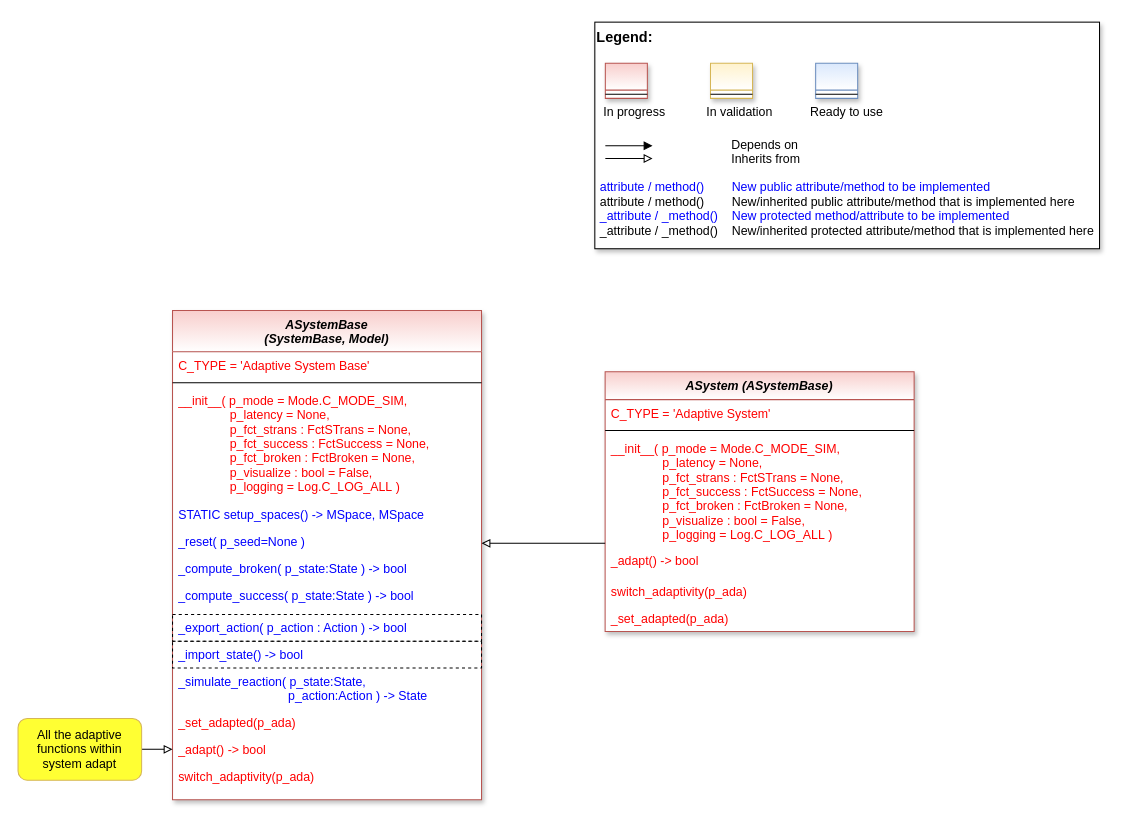
Before: doc/rtd/content/04_appendices/appendix2/sub/core/mlpro_bf/layer4_machine_learning/images/MLPro-BF-ML-Systems_class_diagram.drawio in fhswf/MLPro, a draw.io diagram. Source tidied: cells renumbered, new cells numbered last; positions are measured from the earlier drawing's top-left corner, leaving out a move shared by most shapes. Both pictures are drawn from the tidied source at 103%, with x=0, y=0 at pixel (18, 22).
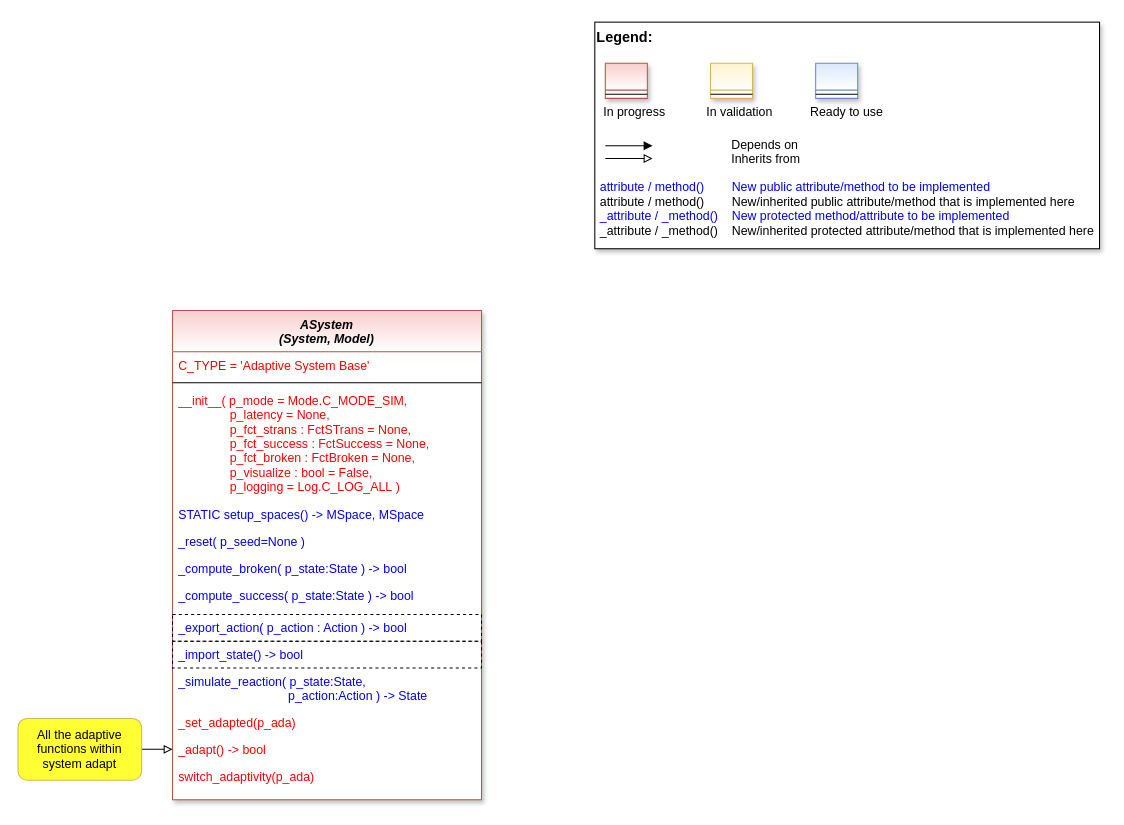
Above is the later version.

Diff of the diagram source:
```diff
@@
-    <mxCell id="2" value="ASystemBase&#10;(SystemBase, Model)" style="swimlane;fontStyle=3;align=center;verticalAlign=top;horizontal=1;startSize=40;rounded=0;shadow=1;strokeWidth=1;fillColor=#f8cecc;strokeColor=#b85450;swimlaneFillColor=#ffffff;gradientColor=#FFFFFF;" parent="1" vertex="1">
+    <mxCell id="2" value="ASystem&#10;(System, Model)" style="swimlane;fontStyle=3;align=center;verticalAlign=top;horizontal=1;startSize=40;rounded=0;shadow=1;strokeWidth=1;fillColor=#f8cecc;strokeColor=#b85450;swimlaneFillColor=#ffffff;gradientColor=#FFFFFF;" parent="1" vertex="1">
       <mxGeometry x="150" y="280" width="300" height="475" as="geometry" />
     </mxCell>
@@
-    <mxCell id="16" value="ASystem (ASystemBase)" style="swimlane;fontStyle=3;align=center;verticalAlign=top;horizontal=1;startSize=27;rounded=0;shadow=1;strokeWidth=1;fillColor=#f8cecc;strokeColor=#b85450;swimlaneFillColor=#ffffff;gradientColor=#FFFFFF;" parent="1" vertex="1">
-      <mxGeometry x="570" y="339.5" width="300" height="252" as="geometry" />
-    </mxCell>
-    <mxCell id="17" value="C_TYPE = 'Adaptive System'" style="text;align=left;verticalAlign=top;spacingLeft=4;spacingRight=4;overflow=hidden;fontColor=#FF0000;" parent="16" vertex="1">
-      <mxGeometry y="27" width="300" height="26" as="geometry" />
-    </mxCell>
-    <mxCell id="18" style="line;html=1;strokeWidth=1;align=left;verticalAlign=middle;spacingTop=-1;spacingLeft=3;spacingRight=3;labelPosition=right;" parent="16" vertex="1">
-      <mxGeometry y="53" width="300" height="8" as="geometry" />
-    </mxCell>
-    <mxCell id="19" value="__init__( p_mode = Mode.C_MODE_SIM,&#10;               p_latency = None, &#10;               p_fct_strans : FctSTrans = None,&#10;               p_fct_success : FctSuccess = None,&#10;               p_fct_broken : FctBroken = None,&#10;               p_visualize : bool = False,&#10;               p_logging = Log.C_LOG_ALL )" style="text;align=left;verticalAlign=top;spacingLeft=4;spacingRight=4;overflow=hidden;points=[[0,0.5],[1,0.5]];portConstraint=eastwest;fontColor=#FF0000;" parent="16" vertex="1">
-      <mxGeometry y="61" width="300" height="109" as="geometry" />
-    </mxCell>
-    <mxCell id="20" value="_adapt() -&gt; bool" style="text;align=left;verticalAlign=top;spacingLeft=4;spacingRight=4;overflow=hidden;fontColor=#FF0000;" parent="16" vertex="1">
-      <mxGeometry y="170" width="300" height="30" as="geometry" />
-    </mxCell>
-    <mxCell id="21" value="switch_adaptivity(p_ada)" style="text;align=left;verticalAlign=top;spacingLeft=4;spacingRight=4;overflow=hidden;fontColor=#FF0000;" parent="16" vertex="1">
-      <mxGeometry y="200" width="300" height="26" as="geometry" />
-    </mxCell>
-    <mxCell id="22" value="_set_adapted(p_ada)" style="text;align=left;verticalAlign=top;spacingLeft=4;spacingRight=4;overflow=hidden;fontColor=#FF0000;" parent="16" vertex="1">
-      <mxGeometry y="226" width="300" height="26" as="geometry" />
-    </mxCell>
-    <mxCell id="23" style="edgeStyle=orthogonalEdgeStyle;rounded=0;jettySize=auto;html=1;fontColor=default;endArrow=block;endFill=0;" parent="1" edge="1" source="19" target="2">
-      <mxGeometry relative="1" as="geometry">
-        <Array as="points">
-          <mxPoint x="490" y="506" />
-          <mxPoint x="490" y="506" />
-        </Array>
-      </mxGeometry>
-    </mxCell>
```
